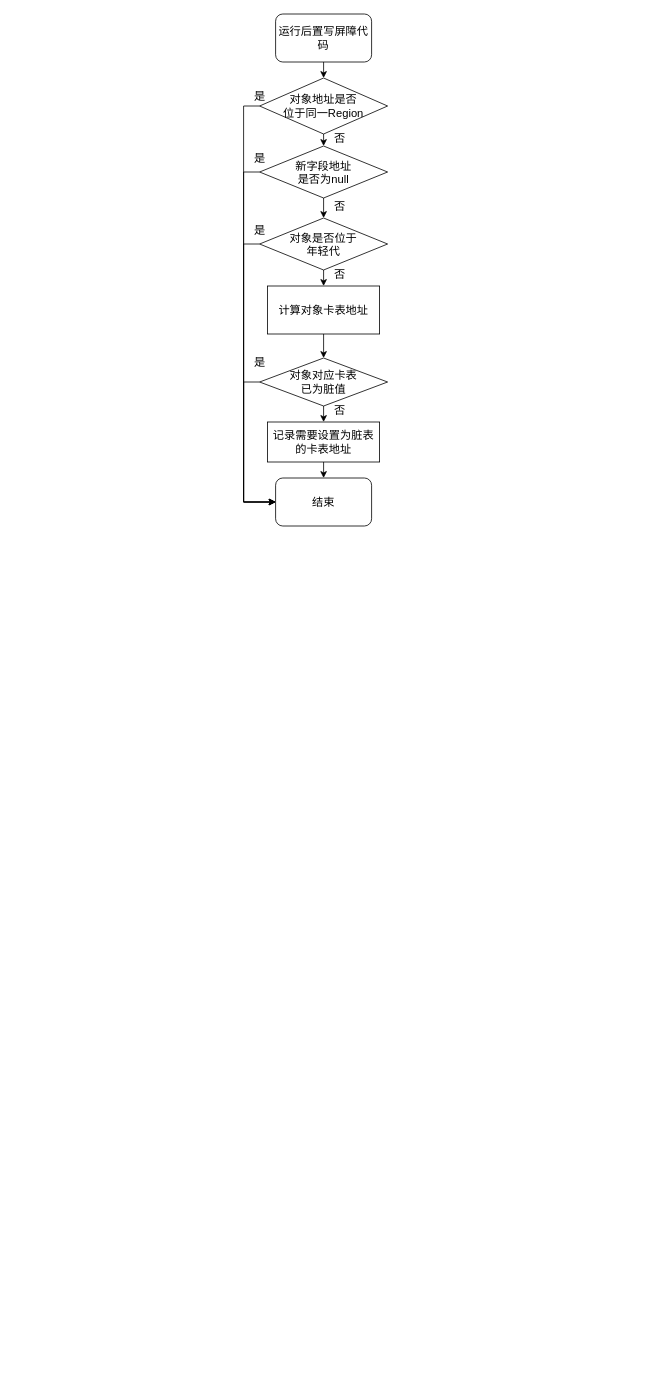
This is GraalCompiler_G1GC.drawio from f123888/Draw.IO, a draw.io file, before an edit. Source tidied: cells renumbered, new cells numbered last; positions are measured from the earlier drawing's top-left corner, leaving out a move shared by most shapes. Both pictures are drawn from the tidied source at 80%, with x=0, y=0 at pixel (243, 14).
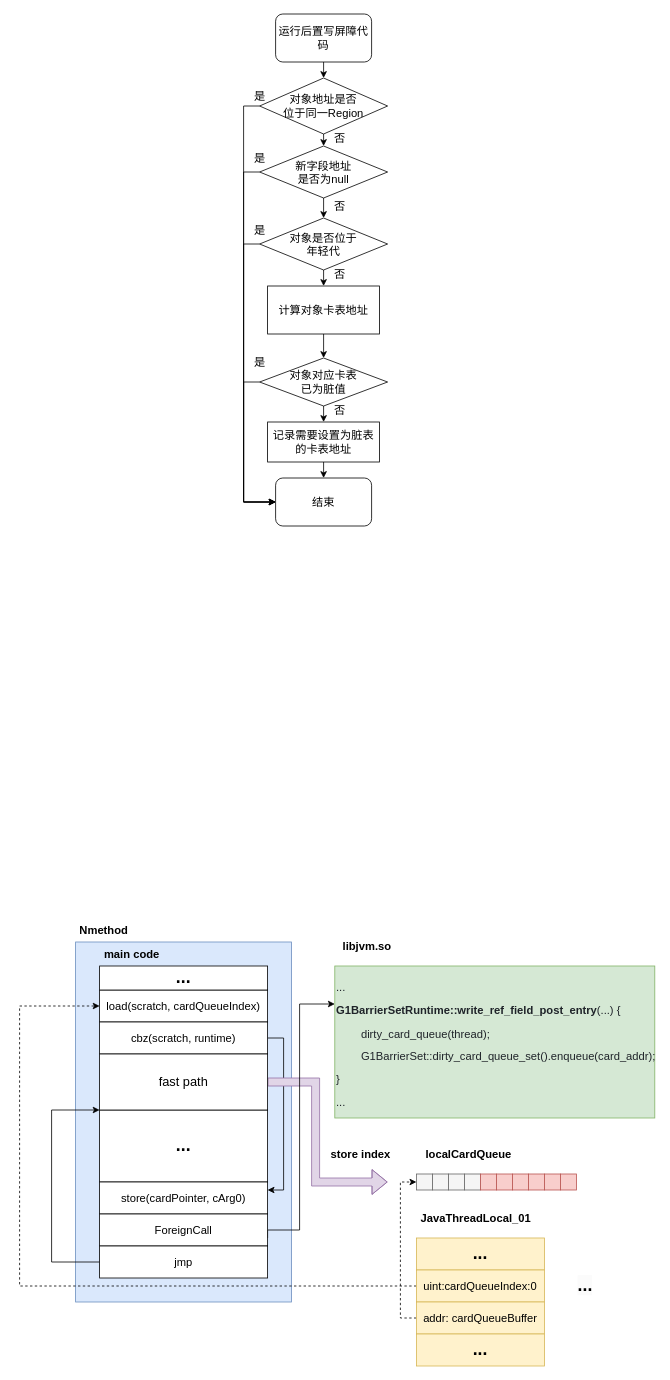
Above is the later version.

Diff of the diagram source:
```diff
@@
+    <mxCell id="29" style="rounded=0;whiteSpace=wrap;html=1;fillColor=#dae8fc;strokeColor=#6c8ebf;" parent="1" vertex="1">
+      <mxGeometry x="-210" y="1160" width="270" height="450" as="geometry" />
+    </mxCell>
+    <mxCell id="30" value="&lt;font style=&quot;font-size: 14px;&quot;&gt;load(scratch, cardQueueIndex)&lt;/font&gt;" style="rounded=0;whiteSpace=wrap;html=1;" parent="1" vertex="1">
+      <mxGeometry x="-180" y="1220" width="210" height="40" as="geometry" />
+    </mxCell>
+    <mxCell id="31" style="edgeStyle=orthogonalEdgeStyle;rounded=0;jettySize=auto;html=1;exitX=1;exitY=0.5;exitDx=0;exitDy=0;entryX=1;entryY=0.25;entryDx=0;entryDy=0;" parent="1" edge="1" source="32" target="36">
+      <mxGeometry relative="1" as="geometry" />
+    </mxCell>
+    <mxCell id="32" value="&lt;font style=&quot;font-size: 14px;&quot;&gt;cbz(scratch, runtime)&lt;/font&gt;" style="rounded=0;whiteSpace=wrap;html=1;" parent="1" vertex="1">
+      <mxGeometry x="-180" y="1260" width="210" height="40" as="geometry" />
+    </mxCell>
+    <mxCell id="33" value="&lt;font style=&quot;font-size: 22px;&quot;&gt;&lt;b&gt;...&lt;/b&gt;&lt;/font&gt;" style="rounded=0;whiteSpace=wrap;html=1;" parent="1" vertex="1">
+      <mxGeometry x="-180" y="1370" width="210" height="90" as="geometry" />
+    </mxCell>
+    <mxCell id="34" style="edgeStyle=orthogonalEdgeStyle;rounded=0;jettySize=auto;html=1;exitX=1;exitY=0.5;exitDx=0;exitDy=0;shape=flexArrow;fillColor=#e1d5e7;strokeColor=#9673a6;" parent="1" edge="1" source="35">
+      <mxGeometry relative="1" as="geometry">
+        <mxPoint x="180" y="1460" as="targetPoint" />
+        <Array as="points">
+          <mxPoint x="90" y="1335" />
+          <mxPoint x="90" y="1460" />
+        </Array>
+      </mxGeometry>
+    </mxCell>
+    <mxCell id="35" value="&lt;font style=&quot;font-size: 16px;&quot;&gt;fast path&lt;/font&gt;" style="rounded=0;whiteSpace=wrap;html=1;" parent="1" vertex="1">
+      <mxGeometry x="-180" y="1300" width="210" height="70" as="geometry" />
+    </mxCell>
+    <mxCell id="36" value="&lt;font style=&quot;font-size: 14px;&quot;&gt;store(cardPointer, cArg0)&lt;/font&gt;" style="rounded=0;whiteSpace=wrap;html=1;" parent="1" vertex="1">
+      <mxGeometry x="-180" y="1460" width="210" height="40" as="geometry" />
+    </mxCell>
+    <mxCell id="37" style="edgeStyle=orthogonalEdgeStyle;rounded=0;jettySize=auto;html=1;exitX=1;exitY=0.75;exitDx=0;exitDy=0;entryX=0;entryY=0.25;entryDx=0;entryDy=0;" parent="1" edge="1" source="38" target="41">
+      <mxGeometry relative="1" as="geometry">
+        <Array as="points">
+          <mxPoint x="30" y="1520" />
+          <mxPoint x="70" y="1520" />
+          <mxPoint x="70" y="1237" />
+        </Array>
+      </mxGeometry>
+    </mxCell>
+    <mxCell id="38" value="&lt;font style=&quot;font-size: 14px;&quot;&gt;ForeignCall&lt;/font&gt;" style="rounded=0;whiteSpace=wrap;html=1;" parent="1" vertex="1">
+      <mxGeometry x="-180" y="1500" width="210" height="40" as="geometry" />
+    </mxCell>
+    <mxCell id="39" style="edgeStyle=orthogonalEdgeStyle;rounded=0;jettySize=auto;html=1;exitX=0;exitY=0.5;exitDx=0;exitDy=0;entryX=0;entryY=1;entryDx=0;entryDy=0;" parent="1" edge="1" source="40" target="35">
+      <mxGeometry relative="1" as="geometry">
+        <Array as="points">
+          <mxPoint x="-240" y="1560" />
+          <mxPoint x="-240" y="1370" />
+        </Array>
+      </mxGeometry>
+    </mxCell>
+    <mxCell id="40" value="&lt;font style=&quot;font-size: 14px;&quot;&gt;jmp&lt;/font&gt;" style="rounded=0;whiteSpace=wrap;html=1;" parent="1" vertex="1">
+      <mxGeometry x="-180" y="1540" width="210" height="40" as="geometry" />
+    </mxCell>
+    <mxCell id="41" value="&lt;div style=&quot;color: rgb(31, 35, 41);&quot;&gt;&lt;p style=&quot;&quot;&gt;&lt;font style=&quot;font-size: 14px;&quot;&gt;...&lt;/font&gt;&lt;/p&gt;&lt;p style=&quot;&quot;&gt;&lt;font style=&quot;font-size: 14px;&quot;&gt;&lt;span style=&quot;font-weight:bold;&quot;&gt;G1BarrierSetRuntime::write_ref_field_post_entry&lt;/span&gt;(...)  {&lt;/font&gt;&lt;/p&gt;&lt;p style=&quot;&quot;&gt;&lt;/p&gt;&lt;p style=&quot;&quot;&gt;&lt;font style=&quot;font-size: 14px;&quot;&gt;&lt;span style=&quot;white-space: pre;&quot;&gt;&#9;&lt;/span&gt;dirty_card_queue(thread); &lt;/font&gt;&lt;/p&gt;&lt;p style=&quot;&quot;&gt;&lt;/p&gt;&lt;p style=&quot;&quot;&gt;&lt;font style=&quot;font-size: 14px;&quot;&gt;&lt;span style=&quot;white-space: pre;&quot;&gt;&#9;&lt;/span&gt;G1BarrierSet::dirty_card_queue_set().enqueue(card_addr);&lt;/font&gt;&lt;/p&gt;&lt;p style=&quot;&quot;&gt;&lt;/p&gt;&lt;p style=&quot;&quot;&gt;&lt;font style=&quot;font-size: 14px;&quot;&gt;}&lt;/font&gt;&lt;/p&gt;&lt;p style=&quot;&quot;&gt;&lt;font style=&quot;font-size: 14px;&quot;&gt;...&lt;/font&gt;&lt;/p&gt;&lt;/div&gt;&lt;span style=&quot;white-space-collapse: preserve;&quot;&gt;&lt;/span&gt;" style="rounded=0;whiteSpace=wrap;html=1;align=left;verticalAlign=top;fillColor=#d5e8d4;strokeColor=#82b366;" parent="1" vertex="1">
+      <mxGeometry x="114" y="1190" width="400" height="190" as="geometry" />
+    </mxCell>
+    <mxCell id="42" value="Nmethod" style="text;html=1;align=center;verticalAlign=middle;strokeColor=none;fillColor=none;fontSize=14;fontStyle=1;" parent="1" vertex="1">
+      <mxGeometry x="-215" y="1130" width="80" height="30" as="geometry" />
+    </mxCell>
+    <mxCell id="43" value="&lt;font style=&quot;font-size: 22px;&quot;&gt;&lt;b&gt;...&lt;/b&gt;&lt;/font&gt;" style="rounded=0;whiteSpace=wrap;html=1;" parent="1" vertex="1">
+      <mxGeometry x="-180" y="1190" width="210" height="30" as="geometry" />
+    </mxCell>
+    <mxCell id="44" value="main code" style="text;html=1;align=center;verticalAlign=middle;strokeColor=none;fillColor=none;fontSize=14;fontStyle=1;" parent="1" vertex="1">
+      <mxGeometry x="-185" y="1160" width="90" height="30" as="geometry" />
+    </mxCell>
+    <mxCell id="45" value="&lt;font style=&quot;font-size: 22px;&quot;&gt;&lt;b&gt;...&lt;/b&gt;&lt;/font&gt;" style="rounded=0;whiteSpace=wrap;html=1;fillColor=#fff2cc;strokeColor=#d6b656;" parent="1" vertex="1">
+      <mxGeometry x="216" y="1530" width="160" height="40" as="geometry" />
+    </mxCell>
+    <mxCell id="46" style="edgeStyle=orthogonalEdgeStyle;rounded=0;jettySize=auto;html=1;exitX=0;exitY=0.5;exitDx=0;exitDy=0;entryX=0;entryY=0.5;entryDx=0;entryDy=0;dashed=1;" parent="1" edge="1" source="47" target="30">
+      <mxGeometry relative="1" as="geometry">
+        <Array as="points">
+          <mxPoint x="-280" y="1590" />
+          <mxPoint x="-280" y="1240" />
+        </Array>
+      </mxGeometry>
+    </mxCell>
+    <mxCell id="47" value="&lt;font style=&quot;font-size: 14px;&quot;&gt;uint:cardQueueIndex:0&lt;/font&gt;" style="rounded=0;whiteSpace=wrap;html=1;fillColor=#fff2cc;strokeColor=#d6b656;" parent="1" vertex="1">
+      <mxGeometry x="216" y="1570" width="160" height="40" as="geometry" />
+    </mxCell>
+    <mxCell id="48" style="edgeStyle=orthogonalEdgeStyle;rounded=0;jettySize=auto;html=1;exitX=0;exitY=0.5;exitDx=0;exitDy=0;entryX=0;entryY=0.5;entryDx=0;entryDy=0;dashed=1;" parent="1" edge="1" source="49" target="52">
+      <mxGeometry relative="1" as="geometry" />
+    </mxCell>
+    <mxCell id="49" value="&lt;font style=&quot;font-size: 14px;&quot;&gt;addr: cardQueueBuffer&lt;/font&gt;" style="rounded=0;whiteSpace=wrap;html=1;fillColor=#fff2cc;strokeColor=#d6b656;" parent="1" vertex="1">
+      <mxGeometry x="216" y="1610" width="160" height="40" as="geometry" />
+    </mxCell>
+    <mxCell id="50" value="&lt;font style=&quot;font-size: 22px;&quot;&gt;&lt;b&gt;...&lt;/b&gt;&lt;/font&gt;" style="rounded=0;whiteSpace=wrap;html=1;fillColor=#fff2cc;strokeColor=#d6b656;" parent="1" vertex="1">
+      <mxGeometry x="216" y="1650" width="160" height="40" as="geometry" />
+    </mxCell>
+    <mxCell id="51" value="&lt;font style=&quot;font-size: 14px;&quot;&gt;&lt;b&gt;JavaThreadLocal_01&lt;/b&gt;&lt;/font&gt;" style="text;html=1;align=center;verticalAlign=middle;strokeColor=none;fillColor=none;" parent="1" vertex="1">
+      <mxGeometry x="210" y="1490" width="160" height="30" as="geometry" />
+    </mxCell>
+    <mxCell id="52" style="rounded=0;whiteSpace=wrap;html=1;fillColor=#f5f5f5;fontColor=#333333;strokeColor=#666666;" parent="1" vertex="1">
+      <mxGeometry x="216" y="1450" width="20" height="20" as="geometry" />
+    </mxCell>
+    <mxCell id="53" style="rounded=0;whiteSpace=wrap;html=1;fillColor=#f5f5f5;fontColor=#333333;strokeColor=#666666;" parent="1" vertex="1">
+      <mxGeometry x="236" y="1450" width="20" height="20" as="geometry" />
+    </mxCell>
+    <mxCell id="54" style="rounded=0;whiteSpace=wrap;html=1;fillColor=#f5f5f5;fontColor=#333333;strokeColor=#666666;" parent="1" vertex="1">
+      <mxGeometry x="256" y="1450" width="20" height="20" as="geometry" />
+    </mxCell>
+    <mxCell id="55" style="rounded=0;whiteSpace=wrap;html=1;fillColor=#f5f5f5;fontColor=#333333;strokeColor=#666666;" parent="1" vertex="1">
+      <mxGeometry x="276" y="1450" width="20" height="20" as="geometry" />
+    </mxCell>
+    <mxCell id="56" style="rounded=0;whiteSpace=wrap;html=1;fillColor=#f8cecc;strokeColor=#b85450;" parent="1" vertex="1">
+      <mxGeometry x="296" y="1450" width="20" height="20" as="geometry" />
+    </mxCell>
+    <mxCell id="57" style="rounded=0;whiteSpace=wrap;html=1;fillColor=#f8cecc;strokeColor=#b85450;" parent="1" vertex="1">
+      <mxGeometry x="316" y="1450" width="20" height="20" as="geometry" />
+    </mxCell>
+    <mxCell id="58" style="rounded=0;whiteSpace=wrap;html=1;fillColor=#f8cecc;strokeColor=#b85450;" parent="1" vertex="1">
+      <mxGeometry x="336" y="1450" width="20" height="20" as="geometry" />
+    </mxCell>
+    <mxCell id="59" style="rounded=0;whiteSpace=wrap;html=1;fillColor=#f8cecc;strokeColor=#b85450;" parent="1" vertex="1">
+      <mxGeometry x="356" y="1450" width="20" height="20" as="geometry" />
+    </mxCell>
+    <mxCell id="60" style="rounded=0;whiteSpace=wrap;html=1;fillColor=#f8cecc;strokeColor=#b85450;" parent="1" vertex="1">
+      <mxGeometry x="376" y="1450" width="20" height="20" as="geometry" />
+    </mxCell>
+    <mxCell id="61" style="rounded=0;whiteSpace=wrap;html=1;fillColor=#f8cecc;strokeColor=#b85450;" parent="1" vertex="1">
+      <mxGeometry x="396" y="1450" width="20" height="20" as="geometry" />
+    </mxCell>
+    <mxCell id="62" value="&lt;span style=&quot;font-size: 14px;&quot;&gt;&lt;b&gt;localCardQueue&lt;/b&gt;&lt;/span&gt;" style="text;html=1;align=center;verticalAlign=middle;strokeColor=none;fillColor=none;" parent="1" vertex="1">
+      <mxGeometry x="216" y="1410" width="130" height="30" as="geometry" />
+    </mxCell>
+    <mxCell id="63" value="libjvm.so" style="text;html=1;align=center;verticalAlign=middle;strokeColor=none;fillColor=none;fontSize=14;fontStyle=1;" parent="1" vertex="1">
+      <mxGeometry x="114" y="1150" width="80" height="30" as="geometry" />
+    </mxCell>
+    <mxCell id="64" value="&lt;b style=&quot;forced-color-adjust: none; color: rgb(0, 0, 0); font-family: Helvetica; font-size: 22px; font-style: normal; font-variant-ligatures: normal; font-variant-caps: normal; letter-spacing: normal; orphans: 2; text-align: center; text-indent: 0px; text-transform: none; widows: 2; word-spacing: 0px; -webkit-text-stroke-width: 0px; white-space: normal; background-color: rgb(251, 251, 251); text-decoration-thickness: initial; text-decoration-style: initial; text-decoration-color: initial;&quot;&gt;...&lt;/b&gt;" style="text;whiteSpace=wrap;html=1;" parent="1" vertex="1">
+      <mxGeometry x="416" y="1570" width="50" height="50" as="geometry" />
+    </mxCell>
+    <mxCell id="65" value="&lt;font style=&quot;font-size: 14px;&quot;&gt;&lt;b&gt;store index&lt;/b&gt;&lt;/font&gt;" style="text;html=1;align=center;verticalAlign=middle;strokeColor=none;fillColor=none;" parent="1" vertex="1">
+      <mxGeometry x="96" y="1410" width="100" height="30" as="geometry" />
+    </mxCell>
```
